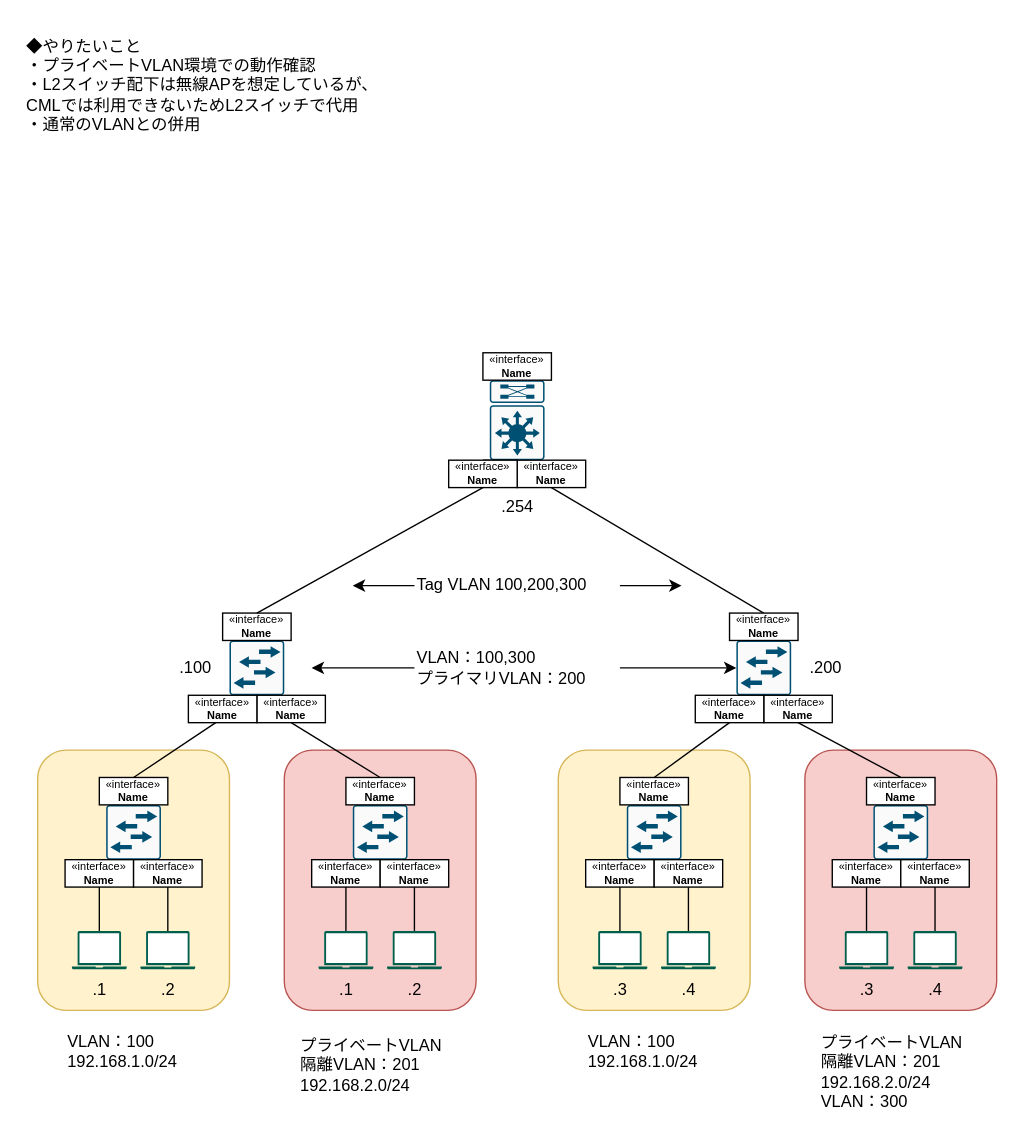
Before: プライベートVLAN検証.drawio in Mizukichi404/Network_diagram, a draw.io diagram. Source tidied: cells renumbered, new cells numbered last; positions are measured from the earlier drawing's top-left corner, leaving out a move shared by most shapes. Both pictures are drawn from the tidied source at 137%, with x=0, y=0 at pixel (23, 23).
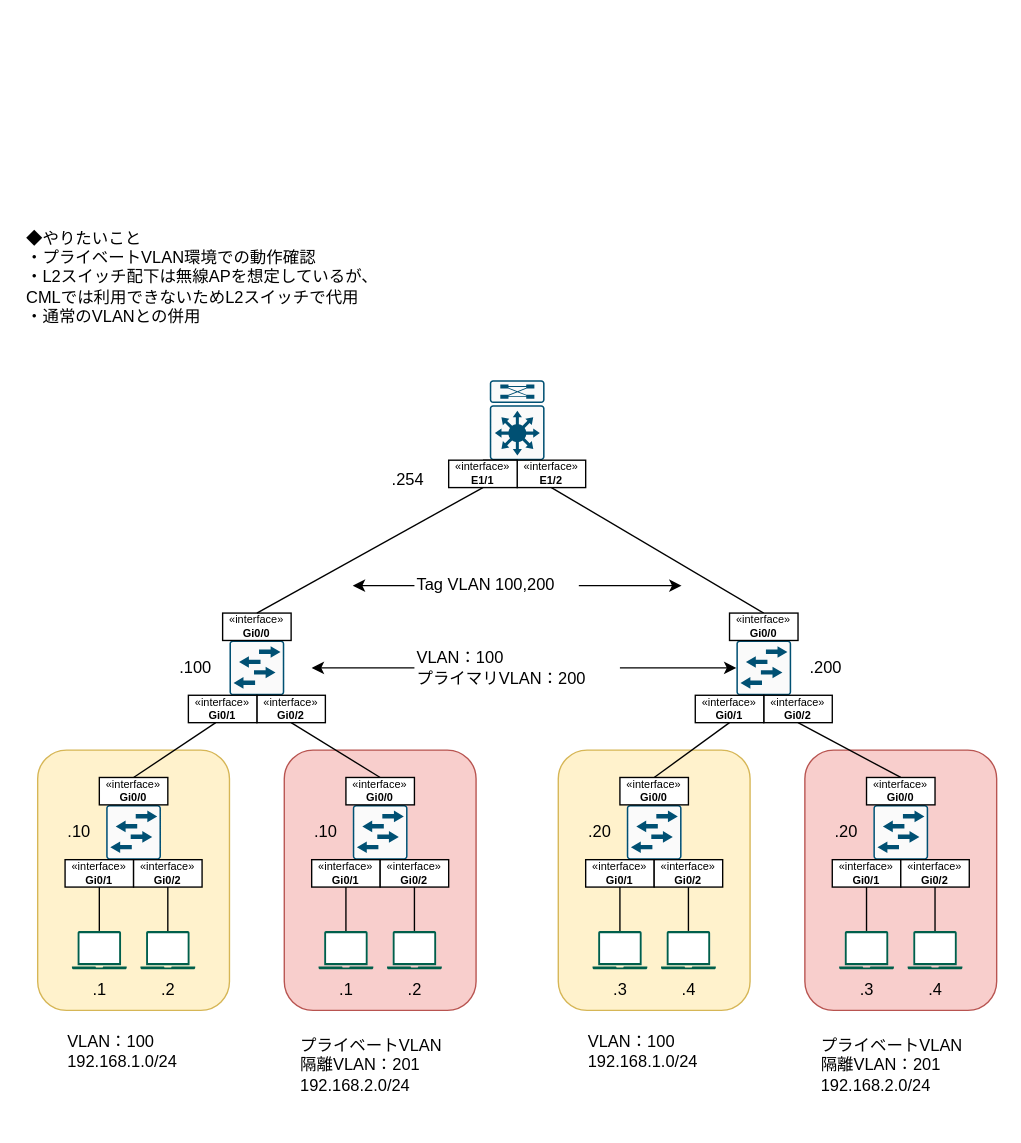
The same page after the edit.

Commit message:
プライベートVLAN検証.drawio を更新します

The change refers to these unchanged cells:
```xml
<mxCell id="7" style="sketch=0;points=[[0.015,0.015,0],[0.985,0.015,0],[0.985,0.985,0],[0.015,0.985,0],[0.25,0,0],[0.5,0,0],[0.75,0,0],[1,0.25,0],[1,0.5,0],[1,0.75,0],[0.75,1,0],[0.5,1,0],[0.25,1,0],[0,0.75,0],[0,0.5,0],[0,0.25,0]];verticalLabelPosition=bottom;html=1;verticalAlign=top;align=center;shape=mxgraph.cisco19.rect;prIcon=l3_modular;fillColor=#FAFAFA;strokeColor=#005073;" parent="1" vertex="1">
  <mxGeometry x="340" y="260" width="40" height="58.4" as="geometry" />
</mxCell>
```

What changed in the source:
```diff
@@
     <mxCell id="19" value="◆やりたいこと&lt;div&gt;・プライベートVLAN環境での動作確認&lt;/div&gt;&lt;div&gt;・L2スイッチ配下は無線APを想定しているが、&lt;/div&gt;&lt;div&gt;CMLでは利用できないためL2スイッチで代用&lt;/div&gt;&lt;div&gt;・通常のVLANとの併用&lt;/div&gt;" style="text;html=1;align=left;verticalAlign=middle;strokeColor=none;fillColor=none;labelPosition=center;verticalLabelPosition=middle;" parent="1" vertex="1">
-      <mxGeometry width="280" height="90" as="geometry" />
+      <mxGeometry y="140" width="280" height="90" as="geometry" />
     </mxCell>
@@
-    <mxCell id="29" value="プライベートVLAN&lt;div&gt;&lt;div&gt;隔離VLAN：201&lt;/div&gt;&lt;div&gt;192.168.2.0/24&lt;/div&gt;&lt;/div&gt;&lt;div&gt;VLAN：300&lt;/div&gt;" style="text;html=1;align=left;verticalAlign=middle;strokeColor=none;fillColor=none;" parent="1" vertex="1">
-      <mxGeometry x="580" y="730" width="130" height="70" as="geometry" />
+    <mxCell id="29" value="プライベートVLAN&lt;div&gt;&lt;div&gt;隔離VLAN：201&lt;/div&gt;&lt;div&gt;192.168.2.0/24&lt;/div&gt;&lt;/div&gt;" style="text;html=1;align=left;verticalAlign=middle;strokeColor=none;fillColor=none;" parent="1" vertex="1">
+      <mxGeometry x="580" y="730" width="130" height="60" as="geometry" />
     </mxCell>
@@
-    <mxCell id="34" value="Tag VLAN 100,200,300" style="text;html=1;align=left;verticalAlign=middle;points=[];strokeColor=none;fillColor=none;" parent="1" vertex="1">
-      <mxGeometry x="285" y="395" width="150" height="30" as="geometry" />
+    <mxCell id="34" value="Tag VLAN 100,200" style="text;html=1;align=left;verticalAlign=middle;points=[];strokeColor=none;fillColor=none;" parent="1" vertex="1">
+      <mxGeometry x="285" y="395" width="120" height="30" as="geometry" />
     </mxCell>
@@
-    <mxCell id="41" value="«interface»&lt;br&gt;&lt;b&gt;Name&lt;/b&gt;" style="html=1;whiteSpace=wrap;fontSize=8;" parent="1" vertex="1">
+    <mxCell id="41" value="«interface»&lt;br&gt;&lt;div&gt;&lt;b&gt;Gi0/1&lt;/b&gt;&lt;/div&gt;" style="html=1;whiteSpace=wrap;fontSize=8;" parent="1" vertex="1">
       <mxGeometry x="30" y="610" width="50" height="20" as="geometry" />
     </mxCell>
-    <mxCell id="42" value="«interface»&lt;br&gt;&lt;b&gt;Name&lt;/b&gt;" style="html=1;whiteSpace=wrap;fontSize=8;" parent="1" vertex="1">
+    <mxCell id="42" value="«interface»&lt;br&gt;&lt;b&gt;Gi0/2&lt;/b&gt;" style="html=1;whiteSpace=wrap;fontSize=8;" parent="1" vertex="1">
       <mxGeometry x="80" y="610" width="50" height="20" as="geometry" />
     </mxCell>
-    <mxCell id="43" value="«interface»&lt;br&gt;&lt;b&gt;Name&lt;/b&gt;" style="html=1;whiteSpace=wrap;fontSize=8;" parent="1" vertex="1">
+    <mxCell id="43" value="«interface»&lt;br&gt;&lt;b&gt;Gi0/0&lt;/b&gt;" style="html=1;whiteSpace=wrap;fontSize=8;" parent="1" vertex="1">
       <mxGeometry x="55" y="550" width="50" height="20" as="geometry" />
     </mxCell>
-    <mxCell id="44" value="«interface»&lt;br&gt;&lt;b&gt;Name&lt;/b&gt;" style="html=1;whiteSpace=wrap;fontSize=8;" parent="1" vertex="1">
+    <mxCell id="44" value="«interface»&lt;br&gt;&lt;b&gt;Gi0/2&lt;/b&gt;" style="html=1;whiteSpace=wrap;fontSize=8;" parent="1" vertex="1">
       <mxGeometry x="170" y="490" width="50" height="20" as="geometry" />
     </mxCell>
-    <mxCell id="45" value="«interface»&lt;br&gt;&lt;b&gt;Name&lt;/b&gt;" style="html=1;whiteSpace=wrap;fontSize=8;" parent="1" vertex="1">
+    <mxCell id="45" value="«interface»&lt;br&gt;&lt;b&gt;Gi0/1&lt;/b&gt;" style="html=1;whiteSpace=wrap;fontSize=8;" parent="1" vertex="1">
       <mxGeometry x="120" y="490" width="50" height="20" as="geometry" />
     </mxCell>
-    <mxCell id="46" value="«interface»&lt;br&gt;&lt;b&gt;Name&lt;/b&gt;" style="html=1;whiteSpace=wrap;fontSize=8;" parent="1" vertex="1">
+    <mxCell id="46" value="«interface»&lt;br&gt;&lt;b&gt;Gi0/0&lt;/b&gt;" style="html=1;whiteSpace=wrap;fontSize=8;" parent="1" vertex="1">
       <mxGeometry x="145" y="430" width="50" height="20" as="geometry" />
     </mxCell>
-    <mxCell id="47" value="«interface»&lt;br&gt;&lt;b&gt;Name&lt;/b&gt;" style="html=1;whiteSpace=wrap;fontSize=8;" parent="1" vertex="1">
+    <mxCell id="47" value="«interface»&lt;br&gt;&lt;b&gt;Gi0/2&lt;/b&gt;" style="html=1;whiteSpace=wrap;fontSize=8;" parent="1" vertex="1">
       <mxGeometry x="540" y="490" width="50" height="20" as="geometry" />
     </mxCell>
-    <mxCell id="48" value="«interface»&lt;br&gt;&lt;b&gt;Name&lt;/b&gt;" style="html=1;whiteSpace=wrap;fontSize=8;" parent="1" vertex="1">
+    <mxCell id="48" value="«interface»&lt;br&gt;&lt;b&gt;Gi0/1&lt;/b&gt;" style="html=1;whiteSpace=wrap;fontSize=8;" parent="1" vertex="1">
       <mxGeometry x="490" y="490" width="50" height="20" as="geometry" />
     </mxCell>
-    <mxCell id="49" value="«interface»&lt;br&gt;&lt;b&gt;Name&lt;/b&gt;" style="html=1;whiteSpace=wrap;fontSize=8;" parent="1" vertex="1">
+    <mxCell id="49" value="«interface»&lt;br&gt;&lt;b&gt;Gi0/0&lt;/b&gt;" style="html=1;whiteSpace=wrap;fontSize=8;" parent="1" vertex="1">
       <mxGeometry x="515" y="430" width="50" height="20" as="geometry" />
     </mxCell>
-    <mxCell id="50" value="«interface»&lt;br&gt;&lt;b&gt;Name&lt;/b&gt;" style="html=1;whiteSpace=wrap;fontSize=8;" parent="1" vertex="1">
+    <mxCell id="50" value="«interface»&lt;br&gt;&lt;b&gt;Gi0/1&lt;/b&gt;" style="html=1;whiteSpace=wrap;fontSize=8;" parent="1" vertex="1">
       <mxGeometry x="210" y="610" width="50" height="20" as="geometry" />
     </mxCell>
-    <mxCell id="51" value="«interface»&lt;br&gt;&lt;b&gt;Name&lt;/b&gt;" style="html=1;whiteSpace=wrap;fontSize=8;" parent="1" vertex="1">
+    <mxCell id="51" value="«interface»&lt;br&gt;&lt;b&gt;Gi0/2&lt;/b&gt;" style="html=1;whiteSpace=wrap;fontSize=8;" parent="1" vertex="1">
       <mxGeometry x="260" y="610" width="50" height="20" as="geometry" />
     </mxCell>
-    <mxCell id="52" value="«interface»&lt;br&gt;&lt;b&gt;Name&lt;/b&gt;" style="html=1;whiteSpace=wrap;fontSize=8;" parent="1" vertex="1">
+    <mxCell id="52" value="«interface»&lt;br&gt;&lt;b&gt;Gi0/0&lt;/b&gt;" style="html=1;whiteSpace=wrap;fontSize=8;" parent="1" vertex="1">
       <mxGeometry x="235" y="550" width="50" height="20" as="geometry" />
     </mxCell>
-    <mxCell id="53" value="«interface»&lt;br&gt;&lt;b&gt;Name&lt;/b&gt;" style="html=1;whiteSpace=wrap;fontSize=8;" parent="1" vertex="1">
+    <mxCell id="53" value="«interface»&lt;br&gt;&lt;b&gt;Gi0/1&lt;/b&gt;" style="html=1;whiteSpace=wrap;fontSize=8;" parent="1" vertex="1">
       <mxGeometry x="410" y="610" width="50" height="20" as="geometry" />
     </mxCell>
-    <mxCell id="54" value="«interface»&lt;br&gt;&lt;b&gt;Name&lt;/b&gt;" style="html=1;whiteSpace=wrap;fontSize=8;" parent="1" vertex="1">
+    <mxCell id="54" value="«interface»&lt;br&gt;&lt;b&gt;Gi0/2&lt;/b&gt;" style="html=1;whiteSpace=wrap;fontSize=8;" parent="1" vertex="1">
       <mxGeometry x="460" y="610" width="50" height="20" as="geometry" />
     </mxCell>
-    <mxCell id="55" value="«interface»&lt;br&gt;&lt;b&gt;Name&lt;/b&gt;" style="html=1;whiteSpace=wrap;fontSize=8;" parent="1" vertex="1">
+    <mxCell id="55" value="«interface»&lt;br&gt;&lt;b&gt;Gi0/0&lt;/b&gt;" style="html=1;whiteSpace=wrap;fontSize=8;" parent="1" vertex="1">
       <mxGeometry x="435" y="550" width="50" height="20" as="geometry" />
     </mxCell>
-    <mxCell id="56" value="«interface»&lt;br&gt;&lt;b&gt;Name&lt;/b&gt;" style="html=1;whiteSpace=wrap;fontSize=8;" parent="1" vertex="1">
+    <mxCell id="56" value="«interface»&lt;br&gt;&lt;b&gt;Gi0/1&lt;/b&gt;" style="html=1;whiteSpace=wrap;fontSize=8;" parent="1" vertex="1">
       <mxGeometry x="590" y="610" width="50" height="20" as="geometry" />
     </mxCell>
-    <mxCell id="57" value="«interface»&lt;br&gt;&lt;b&gt;Name&lt;/b&gt;" style="html=1;whiteSpace=wrap;fontSize=8;" parent="1" vertex="1">
+    <mxCell id="57" value="«interface»&lt;br&gt;&lt;b&gt;Gi0/2&lt;/b&gt;" style="html=1;whiteSpace=wrap;fontSize=8;" parent="1" vertex="1">
       <mxGeometry x="640" y="610" width="50" height="20" as="geometry" />
     </mxCell>
-    <mxCell id="58" value="«interface»&lt;br&gt;&lt;b&gt;Name&lt;/b&gt;" style="html=1;whiteSpace=wrap;fontSize=8;" parent="1" vertex="1">
+    <mxCell id="58" value="«interface»&lt;br&gt;&lt;b&gt;Gi0/0&lt;/b&gt;" style="html=1;whiteSpace=wrap;fontSize=8;" parent="1" vertex="1">
       <mxGeometry x="615" y="550" width="50" height="20" as="geometry" />
     </mxCell>
@@
-    <mxCell id="61" value="«interface»&lt;br&gt;&lt;b&gt;Name&lt;/b&gt;" style="html=1;whiteSpace=wrap;fontSize=8;" parent="1" vertex="1">
+    <mxCell id="61" value="«interface»&lt;br&gt;&lt;b&gt;E1/2&lt;/b&gt;" style="html=1;whiteSpace=wrap;fontSize=8;" parent="1" vertex="1">
       <mxGeometry x="360" y="318.4" width="50" height="20" as="geometry" />
     </mxCell>
@@
-    <mxCell id="63" value="«interface»&lt;br&gt;&lt;b&gt;Name&lt;/b&gt;" style="html=1;whiteSpace=wrap;fontSize=8;" parent="1" vertex="1">
+    <mxCell id="63" value="«interface»&lt;br&gt;&lt;b&gt;E1/1&lt;/b&gt;" style="html=1;whiteSpace=wrap;fontSize=8;" parent="1" vertex="1">
       <mxGeometry x="310" y="318.4" width="50" height="20" as="geometry" />
     </mxCell>
-    <mxCell id="64" style="endArrow=none;html=1;rounded=0;exitX=0.5;exitY=0;exitDx=0;exitDy=0;exitPerimeter=0;entryX=0.5;entryY=1;entryDx=0;entryDy=0;entryPerimeter=0;" parent="1" edge="1" source="7" target="65">
-      <mxGeometry relative="1" as="geometry" />
+    <mxCell id="64" style="endArrow=none;html=1;rounded=0;exitX=0.5;exitY=0;exitDx=0;exitDy=0;exitPerimeter=0;entryX=0.5;entryY=1;entryDx=0;entryDy=0;entryPerimeter=0;" parent="1" edge="1" source="7">
+      <mxGeometry relative="1" as="geometry">
+        <mxPoint x="360" y="260" as="targetPoint" />
+      </mxGeometry>
     </mxCell>
-    <mxCell id="65" value="«interface»&lt;br&gt;&lt;b&gt;Name&lt;/b&gt;" style="html=1;whiteSpace=wrap;fontSize=8;" parent="1" vertex="1">
-      <mxGeometry x="335" y="240" width="50" height="20" as="geometry" />
-    </mxCell>
@@
     <mxCell id="74" value=".254" style="text;html=1;align=center;verticalAlign=middle;strokeColor=none;fillColor=none;" parent="1" vertex="1">
-      <mxGeometry x="335" y="338.4" width="50" height="30" as="geometry" />
+      <mxGeometry x="255" y="318.4" width="50" height="30" as="geometry" />
     </mxCell>
@@
-    <mxCell id="77" value="&lt;div&gt;VLAN：100,300&lt;/div&gt;&lt;div&gt;プライマリVLAN：200&lt;/div&gt;" style="text;html=1;align=left;verticalAlign=middle;points=[];strokeColor=none;fillColor=none;" parent="1" vertex="1">
+    <mxCell id="77" value="&lt;div&gt;VLAN：100&lt;/div&gt;&lt;div&gt;プライマリVLAN：200&lt;/div&gt;" style="text;html=1;align=left;verticalAlign=middle;points=[];strokeColor=none;fillColor=none;" parent="1" vertex="1">
       <mxGeometry x="285" y="450" width="150" height="40" as="geometry" />
     </mxCell>
@@
+    <mxCell id="80" value=".10" style="text;html=1;align=center;verticalAlign=middle;strokeColor=none;fillColor=none;" parent="1" vertex="1">
+      <mxGeometry x="20" y="575" width="40" height="30" as="geometry" />
+    </mxCell>
+    <mxCell id="81" value=".10" style="text;html=1;align=center;verticalAlign=middle;strokeColor=none;fillColor=none;" parent="1" vertex="1">
+      <mxGeometry x="200" y="575" width="40" height="30" as="geometry" />
+    </mxCell>
+    <mxCell id="82" value=".20" style="text;html=1;align=center;verticalAlign=middle;strokeColor=none;fillColor=none;" parent="1" vertex="1">
+      <mxGeometry x="400" y="575" width="40" height="30" as="geometry" />
+    </mxCell>
+    <mxCell id="83" value=".20" style="text;html=1;align=center;verticalAlign=middle;strokeColor=none;fillColor=none;" parent="1" vertex="1">
+      <mxGeometry x="580" y="575" width="40" height="30" as="geometry" />
+    </mxCell>
```
